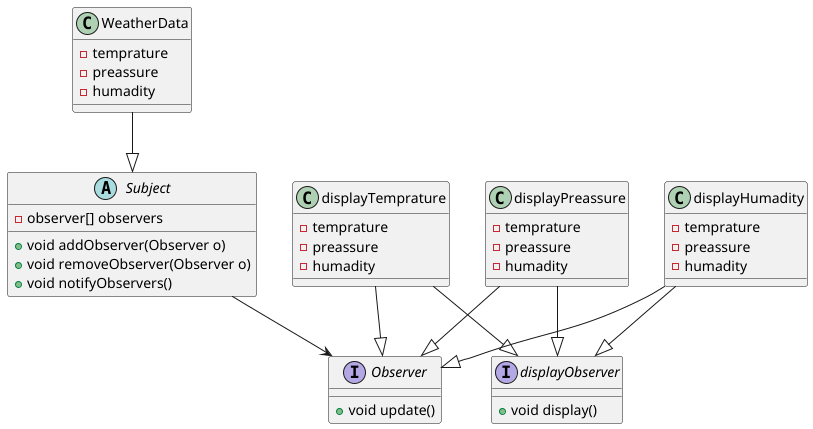
This is observerPattern/docs/uml/observerPattern-0.png from aamer867/designPatterns, a PlantUML export, as it was before one commit.
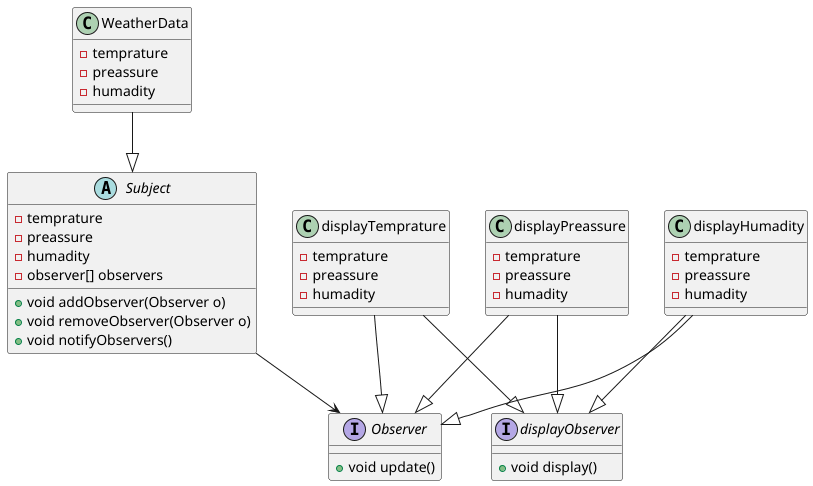
Later version of the same file.

Commit message:
update: the Code for observer pattern

Diff of the diagram source:
```diff
@@ -1,5 +1,9 @@
 @startuml
 abstract class Subject {
+
+    - temprature
+    - preassure
+    - humadity
     - observer[] observers
 
     + void addObserver(Observer o)
```
